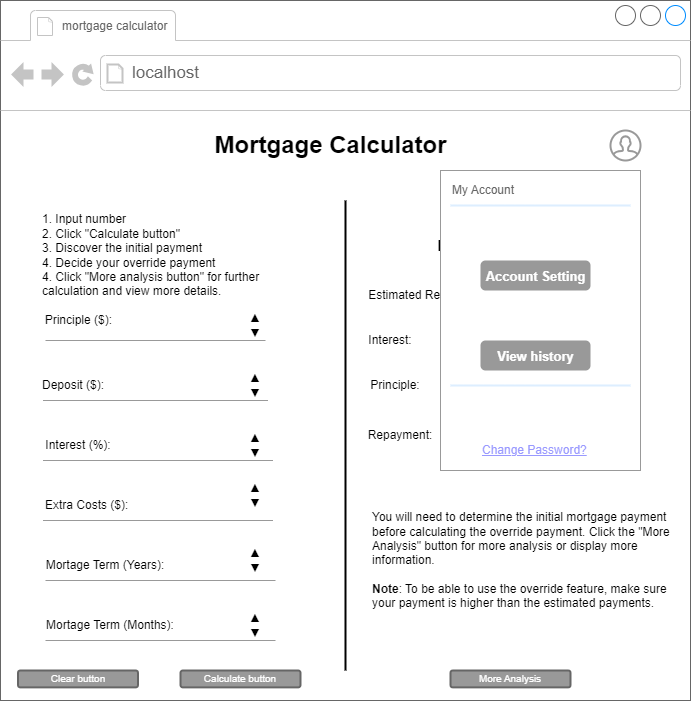
KatherineMulder/ITPR7.508-Business-Application-Programming-Semester-One-2024 keeps this draw.io diagram as Design/wireframe_user_popup_window.png. Above is the earlier version. Source tidied: cells renumbered, new cells last; positions are measured from the earlier drawing's top-left corner, leaving out a move shared by most shapes. The source it was exported from:
```xml
<mxGraphModel>
  <root>
    <mxCell id="0" />
    <mxCell id="1" parent="0" />
    <mxCell id="2" style="strokeWidth=1;shadow=0;dashed=0;align=center;html=1;shape=mxgraph.mockup.containers.browserWindow;rSize=0;strokeColor=#666666;strokeColor2=#008cff;strokeColor3=#c4c4c4;mainText=,;" parent="1" vertex="1">
      <mxGeometry width="690" height="700" as="geometry" />
    </mxCell>
    <mxCell id="3" value="&lt;font style=&quot;font-size: 12px;&quot;&gt;mortgage calculator&amp;nbsp;&lt;/font&gt;" style="strokeWidth=1;shadow=0;dashed=0;align=center;html=1;shape=mxgraph.mockup.containers.anchor;fontSize=17;fontColor=#666666;align=left;whiteSpace=wrap;" parent="2" vertex="1">
      <mxGeometry x="60" y="12" width="180" height="26" as="geometry" />
    </mxCell>
    <mxCell id="4" value="localhost" style="strokeWidth=1;shadow=0;dashed=0;align=center;html=1;shape=mxgraph.mockup.containers.anchor;rSize=0;fontSize=17;fontColor=#666666;align=left;" parent="2" vertex="1">
      <mxGeometry x="130" y="60" width="250" height="26" as="geometry" />
    </mxCell>
    <mxCell id="5" value="Mortgage Calculator" style="text;strokeColor=none;fillColor=none;html=1;fontSize=24;fontStyle=1;verticalAlign=middle;align=center;" parent="2" vertex="1">
      <mxGeometry x="255" y="120" width="150" height="50" as="geometry" />
    </mxCell>
    <mxCell id="6" value="Principle ($):&amp;nbsp;" style="text;html=1;strokeColor=none;fillColor=none;align=center;verticalAlign=middle;whiteSpace=wrap;rounded=0;" parent="2" vertex="1">
      <mxGeometry x="40" y="305" width="80" height="30" as="geometry" />
    </mxCell>
    <mxCell id="7" value="Interest (%):" style="text;html=1;strokeColor=none;fillColor=none;align=center;verticalAlign=middle;whiteSpace=wrap;rounded=0;" parent="2" vertex="1">
      <mxGeometry x="42.5" y="430" width="70" height="30" as="geometry" />
    </mxCell>
    <mxCell id="8" style="verticalLabelPosition=bottom;shadow=0;dashed=0;align=center;html=1;verticalAlign=top;strokeWidth=1;shape=mxgraph.mockup.markup.line;strokeColor=#999999;" parent="2" vertex="1">
      <mxGeometry x="45" y="330" width="220" height="20" as="geometry" />
    </mxCell>
    <mxCell id="9" value="Mortage Term (Years):" style="text;html=1;strokeColor=none;fillColor=none;align=center;verticalAlign=middle;whiteSpace=wrap;rounded=0;" parent="2" vertex="1">
      <mxGeometry x="40" y="550" width="130" height="30" as="geometry" />
    </mxCell>
    <mxCell id="10" style="verticalLabelPosition=bottom;shadow=0;dashed=0;align=center;html=1;verticalAlign=top;strokeWidth=1;shape=mxgraph.mockup.markup.line;strokeColor=#999999;" parent="2" vertex="1">
      <mxGeometry x="42.5" y="450" width="230" height="20" as="geometry" />
    </mxCell>
    <mxCell id="11" value="Deposit ($):" style="text;html=1;strokeColor=none;fillColor=none;align=left;verticalAlign=middle;whiteSpace=wrap;rounded=0;" parent="2" vertex="1">
      <mxGeometry x="40" y="370" width="140" height="30" as="geometry" />
    </mxCell>
    <mxCell id="12" style="verticalLabelPosition=bottom;shadow=0;dashed=0;align=center;html=1;verticalAlign=top;strokeWidth=1;shape=mxgraph.mockup.markup.line;strokeColor=#999999;" parent="2" vertex="1">
      <mxGeometry x="42.5" y="510" width="230" height="20" as="geometry" />
    </mxCell>
    <mxCell id="13" value="Extra Costs ($):" style="text;html=1;strokeColor=none;fillColor=none;align=left;verticalAlign=middle;whiteSpace=wrap;rounded=0;" parent="2" vertex="1">
      <mxGeometry x="42.5" y="490" width="140" height="30" as="geometry" />
    </mxCell>
    <mxCell id="14" style="verticalLabelPosition=bottom;shadow=0;dashed=0;align=center;html=1;verticalAlign=top;strokeWidth=1;shape=mxgraph.mockup.markup.line;strokeColor=#999999;" parent="2" vertex="1">
      <mxGeometry x="45" y="570" width="230" height="20" as="geometry" />
    </mxCell>
    <mxCell id="15" style="html=1;verticalLabelPosition=bottom;align=center;labelBackgroundColor=#ffffff;verticalAlign=top;strokeWidth=2;strokeColor=#999999;shadow=0;dashed=0;shape=mxgraph.ios7.icons.user;" parent="2" vertex="1">
      <mxGeometry x="610" y="130" width="30" height="30" as="geometry" />
    </mxCell>
    <mxCell id="16" style="verticalLabelPosition=bottom;shadow=0;dashed=0;align=center;html=1;verticalAlign=top;strokeWidth=1;shape=mxgraph.mockup.markup.line;strokeColor=#999999;" parent="2" vertex="1">
      <mxGeometry x="42.5" y="390" width="225" height="20" as="geometry" />
    </mxCell>
    <mxCell id="17" value="Calculate button" style="rounded=1;html=1;shadow=0;dashed=0;whiteSpace=wrap;fontSize=10;fillColor=#999999;align=center;strokeColor=#666666;fontColor=#ffffff;strokeWidth=2;" parent="2" vertex="1">
      <mxGeometry x="180" y="670" width="120" height="16.9" as="geometry" />
    </mxCell>
    <mxCell id="18" value="Clear button" style="rounded=1;html=1;shadow=0;dashed=0;whiteSpace=wrap;fontSize=10;fillColor=#999999;align=center;strokeColor=#666666;fontColor=#ffffff;strokeWidth=2;" parent="2" vertex="1">
      <mxGeometry x="17.5" y="670" width="120" height="16.9" as="geometry" />
    </mxCell>
    <mxCell id="19" value="Mortage Term (Months):" style="text;html=1;strokeColor=none;fillColor=none;align=center;verticalAlign=middle;whiteSpace=wrap;rounded=0;" parent="2" vertex="1">
      <mxGeometry x="40" y="610" width="140" height="30" as="geometry" />
    </mxCell>
    <mxCell id="20" style="verticalLabelPosition=bottom;shadow=0;dashed=0;align=center;html=1;verticalAlign=top;strokeWidth=1;shape=mxgraph.mockup.markup.line;strokeColor=#999999;" parent="2" vertex="1">
      <mxGeometry x="45" y="630" width="230" height="20" as="geometry" />
    </mxCell>
    <mxCell id="21" value="More Analysis" style="rounded=1;html=1;shadow=0;dashed=0;whiteSpace=wrap;fontSize=10;fillColor=#999999;align=center;strokeColor=#666666;fontColor=#ffffff;strokeWidth=2;" parent="2" vertex="1">
      <mxGeometry x="450" y="670" width="120" height="16.9" as="geometry" />
    </mxCell>
    <mxCell id="22" style="line;strokeWidth=2;direction=south;html=1;" parent="2" vertex="1">
      <mxGeometry x="340" y="200" width="10" height="470" as="geometry" />
    </mxCell>
    <mxCell id="23" value="Estimated Repayment ±0.1%:" style="text;html=1;strokeColor=none;fillColor=none;align=center;verticalAlign=middle;whiteSpace=wrap;rounded=0;" parent="2" vertex="1">
      <mxGeometry x="360" y="280" width="175" height="30" as="geometry" />
    </mxCell>
    <mxCell id="24" style="edgeStyle=orthogonalEdgeStyle;rounded=0;orthogonalLoop=1;jettySize=auto;html=1;exitX=0.5;exitY=1;exitDx=0;exitDy=0;" parent="2" edge="1">
      <mxGeometry relative="1" as="geometry">
        <mxPoint x="490" y="230" as="sourcePoint" />
        <mxPoint x="490" y="230" as="targetPoint" />
      </mxGeometry>
    </mxCell>
    <mxCell id="25" value="1. Input number&lt;br&gt;2. Click &quot;Calculate button&quot;&amp;nbsp;&lt;br&gt;3. Discover the initial payment&amp;nbsp;&lt;br&gt;4. Decide your override payment&lt;br&gt;4. Click &quot;More analysis button&quot; for further calculation and view more details." style="text;html=1;strokeColor=none;fillColor=none;align=left;verticalAlign=middle;whiteSpace=wrap;rounded=0;" parent="2" vertex="1">
      <mxGeometry x="40" y="210" width="260" height="90" as="geometry" />
    </mxCell>
    <mxCell id="26" value="&lt;b&gt;&lt;font style=&quot;font-size: 15px;&quot;&gt;Initial payment&lt;/font&gt;&lt;/b&gt;" style="text;html=1;strokeColor=none;fillColor=none;align=center;verticalAlign=middle;whiteSpace=wrap;rounded=0;" parent="2" vertex="1">
      <mxGeometry x="405" y="230" width="170" height="30" as="geometry" />
    </mxCell>
    <mxCell id="27" value="Interest:" style="text;html=1;strokeColor=none;fillColor=none;align=center;verticalAlign=middle;whiteSpace=wrap;rounded=0;" parent="2" vertex="1">
      <mxGeometry x="360" y="325" width="60" height="30" as="geometry" />
    </mxCell>
    <mxCell id="28" value="Principle:" style="text;html=1;strokeColor=none;fillColor=none;align=center;verticalAlign=middle;whiteSpace=wrap;rounded=0;" parent="2" vertex="1">
      <mxGeometry x="365" y="370" width="60" height="30" as="geometry" />
    </mxCell>
    <mxCell id="29" value="Repayment:" style="text;html=1;strokeColor=none;fillColor=none;align=center;verticalAlign=middle;whiteSpace=wrap;rounded=0;" parent="2" vertex="1">
      <mxGeometry x="365" y="420" width="70" height="30" as="geometry" />
    </mxCell>
    <mxCell id="30" value="You will need to determine the initial mortgage payment before calculating the override payment. Click the &quot;More Analysis&quot; button for more analysis or display more information.&lt;br&gt;&lt;br&gt;&lt;b&gt;Note&lt;/b&gt;: To be able to use the override feature, make sure your payment is higher than the estimated payments." style="text;html=1;strokeColor=none;fillColor=none;align=left;verticalAlign=middle;whiteSpace=wrap;rounded=0;" parent="2" vertex="1">
      <mxGeometry x="370" y="480" width="300" height="160" as="geometry" />
    </mxCell>
    <mxCell id="31" value="▲&lt;br&gt;▼" style="text;html=1;strokeColor=none;fillColor=none;align=center;verticalAlign=middle;whiteSpace=wrap;rounded=0;" parent="2" vertex="1">
      <mxGeometry x="225" y="310" width="60" height="30" as="geometry" />
    </mxCell>
    <mxCell id="32" value="▲&lt;br&gt;▼" style="text;html=1;strokeColor=none;fillColor=none;align=center;verticalAlign=middle;whiteSpace=wrap;rounded=0;" parent="2" vertex="1">
      <mxGeometry x="225" y="370" width="60" height="30" as="geometry" />
    </mxCell>
    <mxCell id="33" value="▲&lt;br&gt;▼" style="text;html=1;strokeColor=none;fillColor=none;align=center;verticalAlign=middle;whiteSpace=wrap;rounded=0;" parent="2" vertex="1">
      <mxGeometry x="225" y="430" width="60" height="30" as="geometry" />
    </mxCell>
    <mxCell id="34" value="▲&lt;br&gt;▼" style="text;html=1;strokeColor=none;fillColor=none;align=center;verticalAlign=middle;whiteSpace=wrap;rounded=0;" parent="2" vertex="1">
      <mxGeometry x="225" y="480" width="60" height="30" as="geometry" />
    </mxCell>
    <mxCell id="35" value="▲&lt;br&gt;▼" style="text;html=1;strokeColor=none;fillColor=none;align=center;verticalAlign=middle;whiteSpace=wrap;rounded=0;" parent="2" vertex="1">
      <mxGeometry x="225" y="545" width="60" height="30" as="geometry" />
    </mxCell>
    <mxCell id="36" value="▲&lt;br&gt;▼" style="text;html=1;strokeColor=none;fillColor=none;align=center;verticalAlign=middle;whiteSpace=wrap;rounded=0;" parent="2" vertex="1">
      <mxGeometry x="225" y="610" width="60" height="30" as="geometry" />
    </mxCell>
    <mxCell id="37" style="strokeWidth=1;shadow=0;dashed=0;align=center;html=1;shape=mxgraph.mockup.forms.rrect;rSize=0;strokeColor=#999999;fillColor=#ffffff;" parent="2" vertex="1">
      <mxGeometry x="440" y="170" width="200" height="300" as="geometry" />
    </mxCell>
    <mxCell id="38" value="My Account" style="strokeWidth=1;shadow=0;dashed=0;align=center;html=1;shape=mxgraph.mockup.forms.anchor;fontSize=12;fontColor=#666666;align=left;spacingLeft=0;" parent="37" vertex="1">
      <mxGeometry width="100" height="20" relative="1" as="geometry">
        <mxPoint x="10" y="10" as="offset" />
      </mxGeometry>
    </mxCell>
    <mxCell id="39" style="shape=line;strokeColor=#ddeeff;strokeWidth=2;html=1;" parent="37" vertex="1">
      <mxGeometry width="180" height="10" relative="1" as="geometry">
        <mxPoint x="10" y="30" as="offset" />
      </mxGeometry>
    </mxCell>
    <mxCell id="40" style="strokeWidth=1;shadow=0;dashed=0;align=center;html=1;shape=mxgraph.mockup.forms.anchor;fontSize=12;fontColor=#666666;align=left;spacingLeft=0;" parent="37" vertex="1">
      <mxGeometry width="100" height="20" relative="1" as="geometry">
        <mxPoint x="10" y="95" as="offset" />
      </mxGeometry>
    </mxCell>
    <mxCell id="41" value="&lt;font style=&quot;font-size: 13px;&quot;&gt;View history&lt;/font&gt;" style="strokeWidth=1;shadow=0;dashed=0;align=center;html=1;shape=mxgraph.mockup.forms.rrect;rSize=5;strokeColor=none;fontColor=#ffffff;fillColor=#999999;fontSize=16;fontStyle=1;" parent="37" vertex="1">
      <mxGeometry y="1" width="110" height="30" relative="1" as="geometry">
        <mxPoint x="40" y="-130" as="offset" />
      </mxGeometry>
    </mxCell>
    <mxCell id="42" value="Change Password?" style="strokeWidth=1;shadow=0;dashed=0;align=center;html=1;shape=mxgraph.mockup.forms.anchor;fontSize=12;fontColor=#9999ff;align=left;spacingLeft=0;fontStyle=4;" parent="37" vertex="1">
      <mxGeometry y="1" width="150" height="20" relative="1" as="geometry">
        <mxPoint x="40" y="-30" as="offset" />
      </mxGeometry>
    </mxCell>
    <mxCell id="43" style="shape=line;strokeColor=#ddeeff;strokeWidth=2;html=1;" parent="37" vertex="1">
      <mxGeometry y="1" width="180" height="10" relative="1" as="geometry">
        <mxPoint x="10" y="-90" as="offset" />
      </mxGeometry>
    </mxCell>
    <mxCell id="44" value="&lt;font style=&quot;font-size: 13px;&quot;&gt;Account Setting&lt;/font&gt;" style="strokeWidth=1;shadow=0;dashed=0;align=center;html=1;shape=mxgraph.mockup.forms.rrect;rSize=5;strokeColor=none;fontColor=#ffffff;fillColor=#999999;fontSize=16;fontStyle=1;" parent="37" vertex="1">
      <mxGeometry y="1" width="110" height="30" relative="1" as="geometry">
        <mxPoint x="40" y="-210" as="offset" />
      </mxGeometry>
    </mxCell>
  </root>
</mxGraphModel>
```
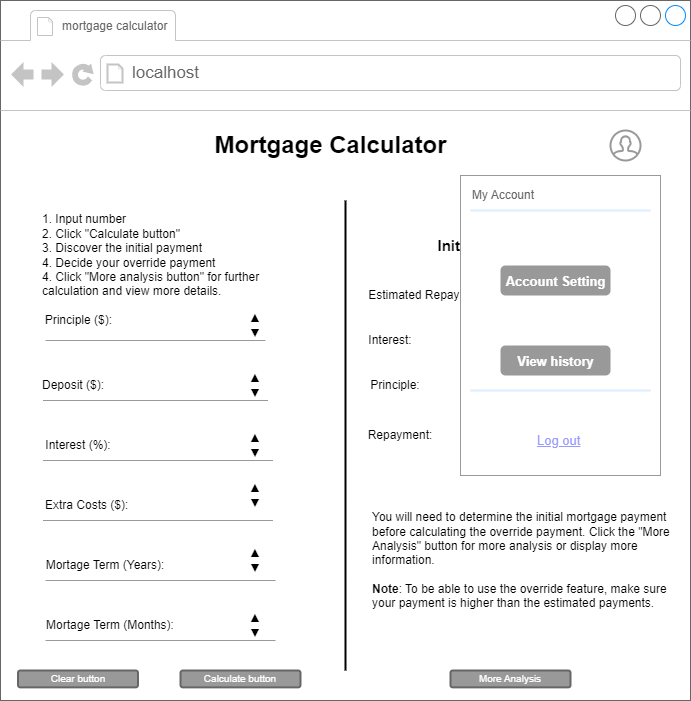
The same diagram one commit later.

Commit message:
added 2 more wireframes and completed all the wireframe now, also completed the analysis and reflection of business issues

Diff of the diagram source:
```diff
@@ -111,7 +111,7 @@
       <mxGeometry x="225" y="610" width="60" height="30" as="geometry" />
     </mxCell>
     <mxCell id="37" style="strokeWidth=1;shadow=0;dashed=0;align=center;html=1;shape=mxgraph.mockup.forms.rrect;rSize=0;strokeColor=#999999;fillColor=#ffffff;" parent="2" vertex="1">
-      <mxGeometry x="440" y="170" width="200" height="300" as="geometry" />
+      <mxGeometry x="460" y="175" width="200" height="300" as="geometry" />
     </mxCell>
     <mxCell id="38" value="My Account" style="strokeWidth=1;shadow=0;dashed=0;align=center;html=1;shape=mxgraph.mockup.forms.anchor;fontSize=12;fontColor=#666666;align=left;spacingLeft=0;" parent="37" vertex="1">
       <mxGeometry width="100" height="20" relative="1" as="geometry">
@@ -133,11 +133,6 @@
         <mxPoint x="40" y="-130" as="offset" />
       </mxGeometry>
     </mxCell>
-    <mxCell id="42" value="Change Password?" style="strokeWidth=1;shadow=0;dashed=0;align=center;html=1;shape=mxgraph.mockup.forms.anchor;fontSize=12;fontColor=#9999ff;align=left;spacingLeft=0;fontStyle=4;" parent="37" vertex="1">
-      <mxGeometry y="1" width="150" height="20" relative="1" as="geometry">
-        <mxPoint x="40" y="-30" as="offset" />
-      </mxGeometry>
-    </mxCell>
     <mxCell id="43" style="shape=line;strokeColor=#ddeeff;strokeWidth=2;html=1;" parent="37" vertex="1">
       <mxGeometry y="1" width="180" height="10" relative="1" as="geometry">
         <mxPoint x="10" y="-90" as="offset" />
@@ -148,5 +143,10 @@
         <mxPoint x="40" y="-210" as="offset" />
       </mxGeometry>
     </mxCell>
+    <mxCell id="45" value="&lt;font style=&quot;font-size: 13px;&quot;&gt;Log out&lt;/font&gt;" style="strokeWidth=1;shadow=0;dashed=0;align=center;html=1;shape=mxgraph.mockup.forms.anchor;fontSize=12;fontColor=#9999ff;align=left;spacingLeft=0;fontStyle=4;" parent="37" vertex="1">
+      <mxGeometry y="1" width="50" height="20" relative="1" as="geometry">
+        <mxPoint x="75" y="-45" as="offset" />
+      </mxGeometry>
+    </mxCell>
   </root>
 </mxGraphModel>
```
